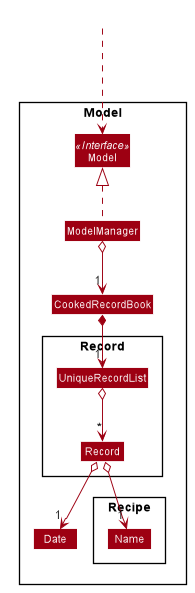
Above: docs/images/ModelRecordClassDiagram.png in nus-cs2103-AY1920S2/addressbook-level3 (PlantUML), before the change.
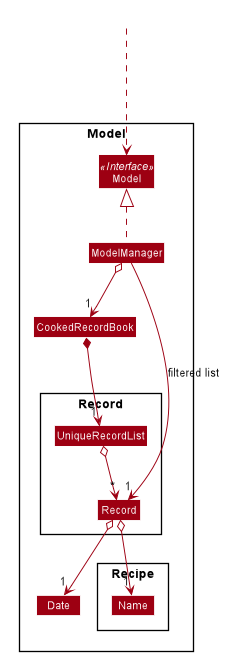
The same diagram one commit later.

Commit message:
Updated Model diagram of DG

Diff of the diagram source:
```diff
@@ -74,6 +74,7 @@
 HiddenOutside ...> Model
 ModelManager o--> "1" CookedRecordBook
 ModelManager .up.|> Model
+ModelManager --> "1" Record : filtered list
 
 CookedRecordBook *-down->"1" UniqueRecordList
 UniqueRecordList o--> "*" Record
```
